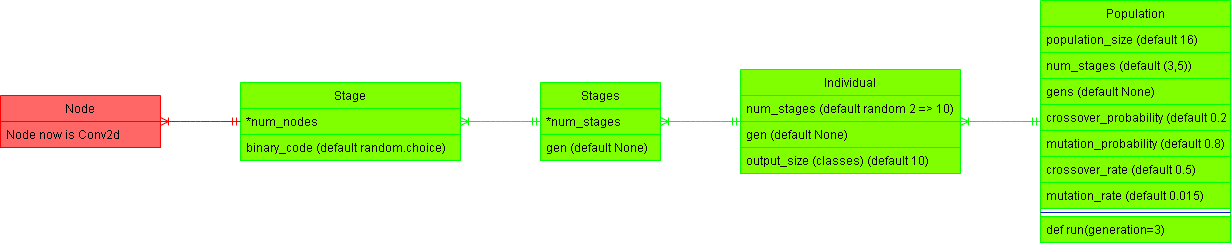
Before: img/drawio plot code format.drawio.png, a diagram exported from draw.io (H999/GeneticCNN-torch). Source tidied: cells renumbered, new cells last; positions are measured from the earlier drawing's top-left corner, leaving out a move shared by most shapes.
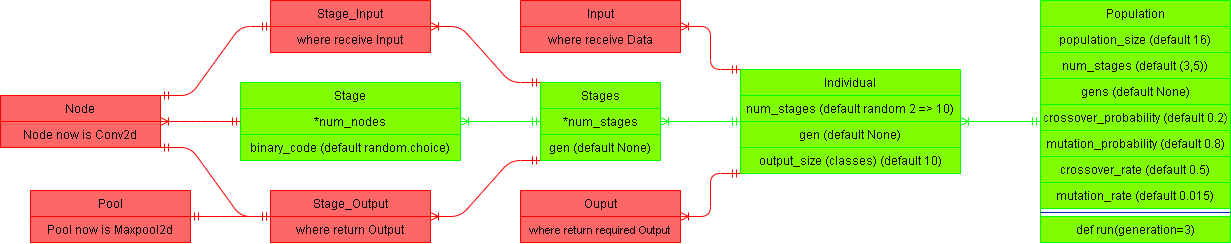
After the commit.

Diff of the diagram source:
```diff
@@ -2,83 +2,134 @@
   <root>
     <mxCell id="0" />
     <mxCell id="1" parent="0" />
-    <mxCell id="2" value="Stage" style="swimlane;fontStyle=0;align=center;verticalAlign=top;horizontal=1;startSize=26;rounded=0;shadow=0;strokeWidth=1;fillColor=#80FF00;strokeColor=#00FF00;fontColor=#000000;" parent="1" vertex="1">
+    <mxCell id="2" value="Stage" style="swimlane;fontStyle=0;align=center;verticalAlign=middle;horizontal=1;startSize=26;rounded=0;shadow=0;strokeWidth=1;fillColor=#80FF00;strokeColor=#00FF00;fontColor=#000000;" parent="1" vertex="1">
       <mxGeometry x="240" y="82" width="220" height="78" as="geometry" />
     </mxCell>
-    <mxCell id="3" value="*num_nodes" style="text;align=left;verticalAlign=top;spacingLeft=4;spacingRight=4;overflow=hidden;strokeColor=#00FF00;fillColor=#80FF00;fontColor=#000000;" parent="2" vertex="1">
+    <mxCell id="3" value="*num_nodes" style="text;align=center;verticalAlign=middle;spacingLeft=4;spacingRight=4;overflow=hidden;strokeColor=#00FF00;fillColor=#80FF00;fontColor=#000000;" parent="2" vertex="1">
       <mxGeometry y="26" width="220" height="26" as="geometry" />
     </mxCell>
-    <mxCell id="4" value="binary_code (default random.choice)" style="text;align=left;verticalAlign=top;spacingLeft=4;spacingRight=4;overflow=hidden;strokeColor=#00FF00;fillColor=#80FF00;fontColor=#000000;" parent="2" vertex="1">
+    <mxCell id="4" value="binary_code (default random.choice)" style="text;align=center;verticalAlign=middle;spacingLeft=4;spacingRight=4;overflow=hidden;strokeColor=#00FF00;fillColor=#80FF00;fontColor=#000000;" parent="2" vertex="1">
       <mxGeometry y="52" width="220" height="26" as="geometry" />
     </mxCell>
-    <mxCell id="5" style="edgeStyle=entityRelationEdgeStyle;fontSize=12;html=1;endArrow=ERoneToMany;startArrow=ERmandOne;strokeColor=#00FF00;" parent="1" edge="1" source="6" target="2">
+    <mxCell id="5" style="edgeStyle=entityRelationEdgeStyle;fontSize=12;html=1;endArrow=ERoneToMany;startArrow=ERmandOne;strokeColor=#00FF00;align=center;verticalAlign=middle;" parent="1" edge="1" source="6" target="2">
       <mxGeometry relative="1" as="geometry" />
     </mxCell>
-    <mxCell id="6" value="Stages" style="swimlane;fontStyle=0;align=center;verticalAlign=top;horizontal=1;startSize=26;rounded=0;shadow=0;strokeWidth=1;fillColor=#80FF00;strokeColor=#00FF00;fontColor=#000000;" parent="1" vertex="1">
+    <mxCell id="6" value="Stages" style="swimlane;fontStyle=0;align=center;verticalAlign=middle;horizontal=1;startSize=26;rounded=0;shadow=0;strokeWidth=1;fillColor=#80FF00;strokeColor=#00FF00;fontColor=#000000;" parent="1" vertex="1">
       <mxGeometry x="540" y="82" width="120" height="78" as="geometry" />
     </mxCell>
-    <mxCell id="7" value="*num_stages" style="text;align=left;verticalAlign=top;spacingLeft=4;spacingRight=4;overflow=hidden;strokeColor=#00FF00;fillColor=#80FF00;fontColor=#000000;" parent="6" vertex="1">
+    <mxCell id="7" value="*num_stages" style="text;align=center;verticalAlign=middle;spacingLeft=4;spacingRight=4;overflow=hidden;strokeColor=#00FF00;fillColor=#80FF00;fontColor=#000000;" parent="6" vertex="1">
       <mxGeometry y="26" width="120" height="26" as="geometry" />
     </mxCell>
-    <mxCell id="8" value="gen (default None)" style="text;align=left;verticalAlign=top;spacingLeft=4;spacingRight=4;overflow=hidden;strokeColor=#00FF00;fillColor=#80FF00;fontColor=#000000;" parent="6" vertex="1">
+    <mxCell id="8" value="gen (default None)" style="text;align=center;verticalAlign=middle;spacingLeft=4;spacingRight=4;overflow=hidden;strokeColor=#00FF00;fillColor=#80FF00;fontColor=#000000;" parent="6" vertex="1">
       <mxGeometry y="52" width="120" height="26" as="geometry" />
     </mxCell>
-    <mxCell id="9" value="Node" style="swimlane;fontStyle=0;align=center;verticalAlign=top;horizontal=1;startSize=26;rounded=0;shadow=0;strokeWidth=1;fontColor=#000000;strokeColor=#FF0000;fillColor=#FF6666;" parent="1" vertex="1">
+    <mxCell id="9" value="Node" style="swimlane;fontStyle=0;align=center;verticalAlign=middle;horizontal=1;startSize=26;rounded=0;shadow=0;strokeWidth=1;fontColor=#000000;strokeColor=#FF0000;fillColor=#FF6666;" parent="1" vertex="1">
       <mxGeometry y="95" width="160" height="52" as="geometry" />
     </mxCell>
-    <mxCell id="10" value="Node now is Conv2d" style="text;align=left;verticalAlign=top;spacingLeft=4;spacingRight=4;overflow=hidden;fontColor=#000000;strokeColor=#FF0000;fillColor=#FF6666;" parent="9" vertex="1">
+    <mxCell id="10" value="Node now is Conv2d" style="text;align=center;verticalAlign=middle;spacingLeft=4;spacingRight=4;overflow=hidden;fontColor=#000000;strokeColor=#FF0000;fillColor=#FF6666;" parent="9" vertex="1">
       <mxGeometry y="26" width="160" height="26" as="geometry" />
     </mxCell>
-    <mxCell id="11" value="Population" style="swimlane;fontStyle=0;align=center;verticalAlign=top;horizontal=1;startSize=26;rounded=0;shadow=0;strokeWidth=1;fillColor=#80FF00;strokeColor=#00FF00;fontColor=#000000;" parent="1" vertex="1">
+    <mxCell id="11" value="Population" style="swimlane;fontStyle=0;align=center;verticalAlign=middle;horizontal=1;startSize=26;rounded=0;shadow=0;strokeWidth=1;fillColor=#80FF00;strokeColor=#00FF00;fontColor=#000000;" parent="1" vertex="1">
       <mxGeometry x="1040" width="190" height="242" as="geometry" />
     </mxCell>
-    <mxCell id="12" value="population_size (default 16)" style="text;align=left;verticalAlign=top;spacingLeft=4;spacingRight=4;overflow=hidden;strokeColor=#00FF00;fillColor=#80FF00;fontColor=#000000;" parent="11" vertex="1">
+    <mxCell id="12" value="population_size (default 16)" style="text;align=center;verticalAlign=middle;spacingLeft=4;spacingRight=4;overflow=hidden;strokeColor=#00FF00;fillColor=#80FF00;fontColor=#000000;" parent="11" vertex="1">
       <mxGeometry y="26" width="190" height="26" as="geometry" />
     </mxCell>
-    <mxCell id="13" value="num_stages (default (3,5))" style="text;align=left;verticalAlign=top;spacingLeft=4;spacingRight=4;overflow=hidden;strokeColor=#00FF00;fillColor=#80FF00;fontColor=#000000;" parent="11" vertex="1">
+    <mxCell id="13" value="num_stages (default (3,5))" style="text;align=center;verticalAlign=middle;spacingLeft=4;spacingRight=4;overflow=hidden;strokeColor=#00FF00;fillColor=#80FF00;fontColor=#000000;" parent="11" vertex="1">
       <mxGeometry y="52" width="190" height="26" as="geometry" />
     </mxCell>
-    <mxCell id="14" value="gens (default None)" style="text;align=left;verticalAlign=top;spacingLeft=4;spacingRight=4;overflow=hidden;strokeColor=#00FF00;fillColor=#80FF00;fontColor=#000000;" parent="11" vertex="1">
+    <mxCell id="14" value="gens (default None)" style="text;align=center;verticalAlign=middle;spacingLeft=4;spacingRight=4;overflow=hidden;strokeColor=#00FF00;fillColor=#80FF00;fontColor=#000000;" parent="11" vertex="1">
       <mxGeometry y="78" width="190" height="26" as="geometry" />
     </mxCell>
-    <mxCell id="15" value="crossover_probability (default 0.2)" style="text;align=left;verticalAlign=top;spacingLeft=4;spacingRight=4;overflow=hidden;strokeColor=#00FF00;fillColor=#80FF00;fontColor=#000000;" parent="11" vertex="1">
+    <mxCell id="15" value="crossover_probability (default 0.2)" style="text;align=center;verticalAlign=middle;spacingLeft=4;spacingRight=4;overflow=hidden;strokeColor=#00FF00;fillColor=#80FF00;fontColor=#000000;" parent="11" vertex="1">
       <mxGeometry y="104" width="190" height="26" as="geometry" />
     </mxCell>
-    <mxCell id="16" value="mutation_probability (default 0.8)" style="text;align=left;verticalAlign=top;spacingLeft=4;spacingRight=4;overflow=hidden;strokeColor=#00FF00;fillColor=#80FF00;fontColor=#000000;" parent="11" vertex="1">
+    <mxCell id="16" value="mutation_probability (default 0.8)" style="text;align=center;verticalAlign=middle;spacingLeft=4;spacingRight=4;overflow=hidden;strokeColor=#00FF00;fillColor=#80FF00;fontColor=#000000;" parent="11" vertex="1">
       <mxGeometry y="130" width="190" height="26" as="geometry" />
     </mxCell>
-    <mxCell id="17" value="crossover_rate (default 0.5)" style="text;align=left;verticalAlign=top;spacingLeft=4;spacingRight=4;overflow=hidden;strokeColor=#00FF00;fillColor=#80FF00;fontColor=#000000;" parent="11" vertex="1">
+    <mxCell id="17" value="crossover_rate (default 0.5)" style="text;align=center;verticalAlign=middle;spacingLeft=4;spacingRight=4;overflow=hidden;strokeColor=#00FF00;fillColor=#80FF00;fontColor=#000000;" parent="11" vertex="1">
       <mxGeometry y="156" width="190" height="26" as="geometry" />
     </mxCell>
-    <mxCell id="18" value="mutation_rate (default 0.015)" style="text;align=left;verticalAlign=top;spacingLeft=4;spacingRight=4;overflow=hidden;strokeColor=#00FF00;fillColor=#80FF00;fontColor=#000000;" parent="11" vertex="1">
+    <mxCell id="18" value="mutation_rate (default 0.015)" style="text;align=center;verticalAlign=middle;spacingLeft=4;spacingRight=4;overflow=hidden;strokeColor=#00FF00;fillColor=#80FF00;fontColor=#000000;" parent="11" vertex="1">
       <mxGeometry y="182" width="190" height="26" as="geometry" />
     </mxCell>
-    <mxCell id="19" style="line;html=1;strokeWidth=1;align=left;verticalAlign=middle;spacingTop=-1;spacingLeft=3;spacingRight=3;labelPosition=right;fillColor=#0050ef;strokeColor=#001DBC;fontColor=#ffffff;" parent="11" vertex="1">
+    <mxCell id="19" style="line;html=1;strokeWidth=1;align=center;verticalAlign=middle;spacingTop=-1;spacingLeft=3;spacingRight=3;labelPosition=right;fillColor=#0050ef;strokeColor=#001DBC;fontColor=#ffffff;" parent="11" vertex="1">
       <mxGeometry y="208" width="190" height="8" as="geometry" />
     </mxCell>
-    <mxCell id="20" value="def run(generation=3)" style="text;align=left;verticalAlign=top;spacingLeft=4;spacingRight=4;overflow=hidden;rounded=0;shadow=0;html=0;strokeColor=#00FF00;fillColor=#80FF00;fontColor=#000000;" parent="11" vertex="1">
+    <mxCell id="20" value="def run(generation=3)" style="text;align=center;verticalAlign=middle;spacingLeft=4;spacingRight=4;overflow=hidden;rounded=0;shadow=0;html=0;strokeColor=#00FF00;fillColor=#80FF00;fontColor=#000000;" parent="11" vertex="1">
       <mxGeometry y="216" width="190" height="26" as="geometry" />
     </mxCell>
-    <mxCell id="21" value="Individual" style="swimlane;fontStyle=0;align=center;verticalAlign=top;horizontal=1;startSize=26;rounded=0;shadow=0;strokeWidth=1;fillColor=#80FF00;strokeColor=#00FF00;fontColor=#000000;" parent="1" vertex="1">
+    <mxCell id="21" value="Individual" style="swimlane;fontStyle=0;align=center;verticalAlign=middle;horizontal=1;startSize=26;rounded=0;shadow=0;strokeWidth=1;fillColor=#80FF00;strokeColor=#00FF00;fontColor=#000000;" parent="1" vertex="1">
       <mxGeometry x="740" y="69" width="220" height="104" as="geometry" />
     </mxCell>
-    <mxCell id="22" value="num_stages (default random 2 =&gt; 10)" style="text;align=left;verticalAlign=top;spacingLeft=4;spacingRight=4;overflow=hidden;strokeColor=#00FF00;fillColor=#80FF00;fontColor=#000000;" parent="21" vertex="1">
+    <mxCell id="22" value="num_stages (default random 2 =&gt; 10)" style="text;align=center;verticalAlign=middle;spacingLeft=4;spacingRight=4;overflow=hidden;strokeColor=#00FF00;fillColor=#80FF00;fontColor=#000000;" parent="21" vertex="1">
       <mxGeometry y="26" width="220" height="26" as="geometry" />
     </mxCell>
-    <mxCell id="23" value="gen (default None)" style="text;align=left;verticalAlign=top;spacingLeft=4;spacingRight=4;overflow=hidden;strokeColor=#00FF00;fillColor=#80FF00;fontColor=#000000;" parent="21" vertex="1">
+    <mxCell id="23" value="gen (default None)" style="text;align=center;verticalAlign=middle;spacingLeft=4;spacingRight=4;overflow=hidden;strokeColor=#00FF00;fillColor=#80FF00;fontColor=#000000;" parent="21" vertex="1">
       <mxGeometry y="52" width="220" height="26" as="geometry" />
     </mxCell>
-    <mxCell id="24" value="output_size (classes) (default 10)" style="text;align=left;verticalAlign=top;spacingLeft=4;spacingRight=4;overflow=hidden;rounded=0;shadow=0;html=0;strokeColor=#00FF00;fillColor=#80FF00;fontColor=#000000;" parent="21" vertex="1">
+    <mxCell id="24" value="output_size (classes) (default 10)" style="text;align=center;verticalAlign=middle;spacingLeft=4;spacingRight=4;overflow=hidden;rounded=0;shadow=0;html=0;strokeColor=#00FF00;fillColor=#80FF00;fontColor=#000000;" parent="21" vertex="1">
       <mxGeometry y="78" width="220" height="26" as="geometry" />
     </mxCell>
-    <mxCell id="25" style="edgeStyle=entityRelationEdgeStyle;fontSize=12;html=1;endArrow=ERoneToMany;startArrow=ERmandOne;strokeColor=#00FF00;" parent="1" edge="1" source="11" target="21">
+    <mxCell id="25" style="edgeStyle=entityRelationEdgeStyle;fontSize=12;html=1;endArrow=ERoneToMany;startArrow=ERmandOne;strokeColor=#00FF00;align=center;verticalAlign=middle;" parent="1" edge="1" source="11" target="21">
       <mxGeometry relative="1" as="geometry" />
     </mxCell>
-    <mxCell id="26" style="edgeStyle=entityRelationEdgeStyle;fontSize=12;html=1;endArrow=ERoneToMany;startArrow=ERmandOne;strokeColor=#00FF00;" parent="1" edge="1" source="21" target="6">
+    <mxCell id="26" style="edgeStyle=entityRelationEdgeStyle;fontSize=12;html=1;endArrow=ERoneToMany;startArrow=ERmandOne;strokeColor=#00FF00;align=center;verticalAlign=middle;" parent="1" edge="1" source="21" target="6">
       <mxGeometry relative="1" as="geometry" />
     </mxCell>
-    <mxCell id="27" style="edgeStyle=entityRelationEdgeStyle;fontSize=12;html=1;endArrow=ERoneToMany;startArrow=ERmandOne;strokeColor=#FF0000;" parent="1" edge="1" source="2" target="9">
+    <mxCell id="27" style="edgeStyle=entityRelationEdgeStyle;fontSize=12;html=1;endArrow=ERoneToMany;startArrow=ERmandOne;strokeColor=#FF0000;align=center;verticalAlign=middle;" parent="1" edge="1" source="2" target="9">
       <mxGeometry relative="1" as="geometry" />
     </mxCell>
+    <mxCell id="28" value="Stage_Output" style="swimlane;fontStyle=0;align=center;verticalAlign=middle;horizontal=1;startSize=26;rounded=0;shadow=0;strokeWidth=1;fontColor=#000000;strokeColor=#FF0000;fillColor=#FF6666;" parent="1" vertex="1">
+      <mxGeometry x="270" y="190" width="160" height="52" as="geometry" />
+    </mxCell>
+    <mxCell id="29" value="where return Output" style="text;align=center;verticalAlign=middle;spacingLeft=4;spacingRight=4;overflow=hidden;fontColor=#000000;strokeColor=#FF0000;fillColor=#FF6666;" parent="28" vertex="1">
+      <mxGeometry y="26" width="160" height="26" as="geometry" />
+    </mxCell>
+    <mxCell id="30" style="edgeStyle=entityRelationEdgeStyle;fontSize=12;html=1;endArrow=ERoneToMany;startArrow=ERmandOne;strokeColor=#FF0000;exitX=0;exitY=1;exitDx=0;exitDy=0;align=center;verticalAlign=middle;" parent="1" edge="1" source="6" target="28">
+      <mxGeometry relative="1" as="geometry" />
+    </mxCell>
+    <mxCell id="31" value="Stage_Input" style="swimlane;fontStyle=0;align=center;verticalAlign=middle;horizontal=1;startSize=26;rounded=0;shadow=0;strokeWidth=1;fontColor=#000000;strokeColor=#FF0000;fillColor=#FF6666;" parent="1" vertex="1">
+      <mxGeometry x="270" width="160" height="52" as="geometry" />
+    </mxCell>
+    <mxCell id="32" value="where receive Input" style="text;align=center;verticalAlign=middle;spacingLeft=4;spacingRight=4;overflow=hidden;fontColor=#000000;strokeColor=#FF0000;fillColor=#FF6666;" parent="31" vertex="1">
+      <mxGeometry y="26" width="160" height="26" as="geometry" />
+    </mxCell>
+    <mxCell id="33" style="edgeStyle=entityRelationEdgeStyle;fontSize=12;html=1;endArrow=ERoneToMany;startArrow=ERmandOne;strokeColor=#FF0000;exitX=0;exitY=0;exitDx=0;exitDy=0;align=center;verticalAlign=middle;" parent="1" edge="1" source="6" target="31">
+      <mxGeometry relative="1" as="geometry" />
+    </mxCell>
+    <mxCell id="34" value="Ouput" style="swimlane;fontStyle=0;align=center;verticalAlign=middle;horizontal=1;startSize=26;rounded=0;shadow=0;strokeWidth=1;fontColor=#000000;strokeColor=#FF0000;fillColor=#FF6666;" parent="1" vertex="1">
+      <mxGeometry x="520" y="190" width="160" height="52" as="geometry" />
+    </mxCell>
+    <mxCell id="35" value="where return required Output" style="text;align=center;verticalAlign=middle;spacingLeft=4;spacingRight=4;overflow=hidden;fontColor=#000000;strokeColor=#FF0000;fillColor=#FF6666;fontSize=11;" parent="34" vertex="1">
+      <mxGeometry y="26" width="160" height="26" as="geometry" />
+    </mxCell>
+    <mxCell id="36" style="edgeStyle=entityRelationEdgeStyle;fontSize=12;html=1;endArrow=ERoneToMany;startArrow=ERmandOne;strokeColor=#FF0000;exitX=0;exitY=1;exitDx=0;exitDy=0;align=center;verticalAlign=middle;" parent="1" edge="1" source="21" target="34">
+      <mxGeometry relative="1" as="geometry" />
+    </mxCell>
+    <mxCell id="37" value="Input" style="swimlane;fontStyle=0;align=center;verticalAlign=middle;horizontal=1;startSize=26;rounded=0;shadow=0;strokeWidth=1;fontColor=#000000;strokeColor=#FF0000;fillColor=#FF6666;" parent="1" vertex="1">
+      <mxGeometry x="520" width="160" height="52" as="geometry" />
+    </mxCell>
+    <mxCell id="38" value="where receive Data" style="text;align=center;verticalAlign=middle;spacingLeft=4;spacingRight=4;overflow=hidden;fontColor=#000000;strokeColor=#FF0000;fillColor=#FF6666;" parent="37" vertex="1">
+      <mxGeometry y="26" width="160" height="26" as="geometry" />
+    </mxCell>
+    <mxCell id="39" style="edgeStyle=entityRelationEdgeStyle;fontSize=12;html=1;endArrow=ERoneToMany;startArrow=ERmandOne;strokeColor=#FF0000;exitX=0;exitY=0;exitDx=0;exitDy=0;align=center;verticalAlign=middle;" parent="1" edge="1" source="21" target="37">
+      <mxGeometry relative="1" as="geometry" />
+    </mxCell>
+    <mxCell id="40" style="edgeStyle=entityRelationEdgeStyle;fontSize=12;html=1;endArrow=ERmandOne;startArrow=ERmandOne;exitX=1;exitY=0;exitDx=0;exitDy=0;strokeColor=#FF0000;align=center;verticalAlign=middle;" parent="1" edge="1" source="9" target="31">
+      <mxGeometry relative="1" as="geometry" />
+    </mxCell>
+    <mxCell id="41" style="edgeStyle=entityRelationEdgeStyle;fontSize=12;html=1;endArrow=ERmandOne;startArrow=ERmandOne;exitX=1;exitY=1;exitDx=0;exitDy=0;strokeColor=#FF0000;align=center;verticalAlign=middle;" parent="1" edge="1" source="9" target="28">
+      <mxGeometry relative="1" as="geometry" />
+    </mxCell>
+    <mxCell id="42" value="Pool" style="swimlane;fontStyle=0;align=center;verticalAlign=middle;horizontal=1;startSize=26;rounded=0;shadow=0;strokeWidth=1;fontColor=#000000;strokeColor=#FF0000;fillColor=#FF6666;" parent="1" vertex="1">
+      <mxGeometry x="30" y="190" width="160" height="52" as="geometry" />
+    </mxCell>
+    <mxCell id="43" value="Pool now is Maxpool2d" style="text;align=center;verticalAlign=middle;spacingLeft=4;spacingRight=4;overflow=hidden;fontColor=#000000;strokeColor=#FF0000;fillColor=#FF6666;" parent="42" vertex="1">
+      <mxGeometry y="26" width="160" height="26" as="geometry" />
+    </mxCell>
+    <mxCell id="44" style="edgeStyle=entityRelationEdgeStyle;fontSize=12;html=1;endArrow=ERmandOne;startArrow=ERmandOne;strokeColor=#FF0000;align=center;verticalAlign=middle;" parent="1" edge="1" source="42" target="28">
+      <mxGeometry relative="1" as="geometry" />
+    </mxCell>
   </root>
 </mxGraphModel>
```
